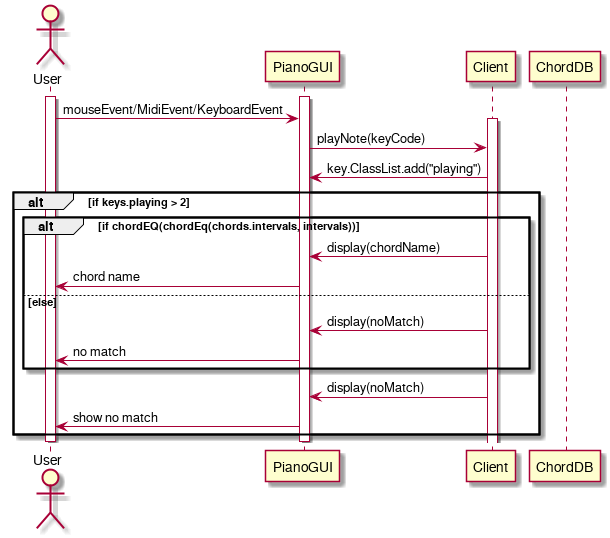
The PlantUML diagram docs/assets/uml/chordmatchSequenceDesign.png in devinchristianson/daj, before a commit. Its diagram source:
```plantuml
@startuml
actor User
participant PianoGUI
participant Client
participant ChordDB
activate User
activate PianoGUI
User -> PianoGUI: mouseEvent/MidiEvent/KeyboardEvent
activate Client
PianoGUI -> Client: playNote(keyCode)
Client -> PianoGUI: key.ClassList.add("playing")
alt if keys.playing > 2
alt if chordEQ(chordEq(chords.intervals, intervals))
Client -> PianoGUI: display(chordName)
PianoGUI -> User: chord name
else else
Client -> PianoGUI: display(noMatch)
PianoGUI -> User: no match
end
Client -> PianoGUI: display(noMatch)
PianoGUI -> User: show no match
end
deactivate PianoGUI
deactivate User
@enduml
```
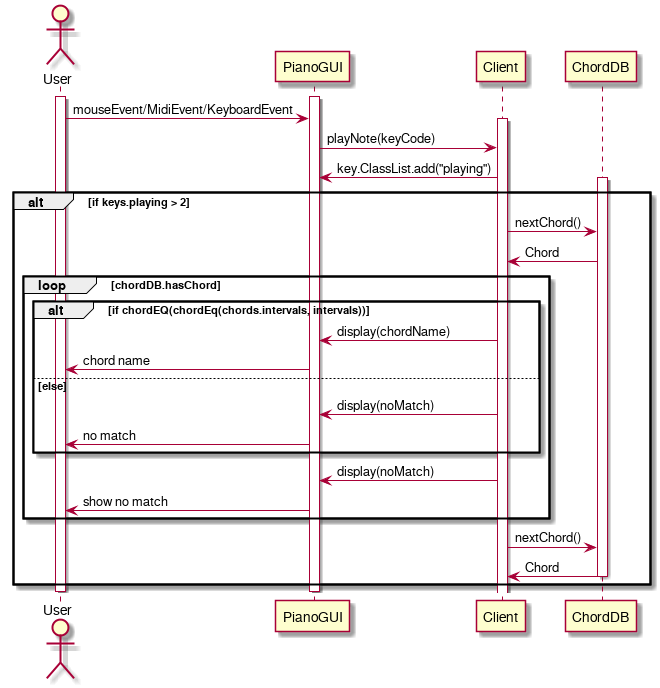
After the commit.

What changed in the source:
```diff
@@ -10,6 +10,11 @@
 PianoGUI -> Client: playNote(keyCode)
 Client -> PianoGUI: key.ClassList.add("playing")
 alt if keys.playing > 2
+
+activate ChordDB
+Client -> ChordDB : nextChord()
+ChordDB -> Client : Chord
+loop chordDB.hasChord
 alt if chordEQ(chordEq(chords.intervals, intervals))
 Client -> PianoGUI: display(chordName)
 PianoGUI -> User: chord name
@@ -20,6 +25,10 @@
 Client -> PianoGUI: display(noMatch)
 PianoGUI -> User: show no match
 end
+Client -> ChordDB : nextChord()
+ChordDB -> Client : Chord
+deactivate ChordDB
+end
 deactivate PianoGUI
 deactivate User
 @enduml
```
